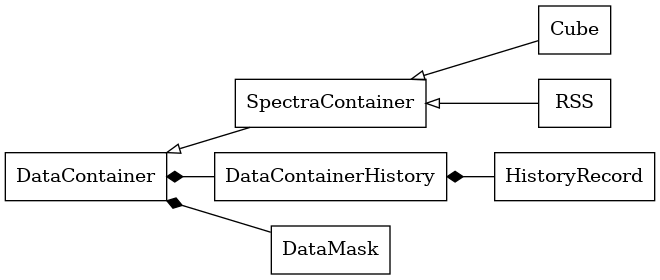
This is docs/graphviz/dc.png from pykoala/pykoala, a Graphviz export, as it was before one commit. Its source is kept beside it as docs/graphviz/dc.dot.
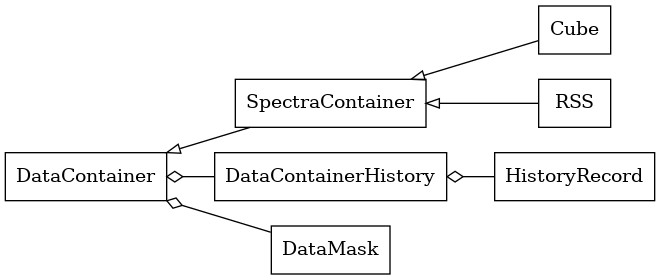
After the change.

The edit, as a diff of the source:
```diff
@@ -11,9 +11,9 @@
 "pykoala.data_container.Cube" -> "pykoala.data_container.SpectraContainer" [arrowhead="empty", arrowtail="none"];
 "pykoala.data_container.RSS" -> "pykoala.data_container.SpectraContainer" [arrowhead="empty", arrowtail="none"];
 "pykoala.data_container.SpectraContainer" -> "pykoala.data_container.DataContainer" [arrowhead="empty", arrowtail="none"];
-"pykoala.data_container.DataMask" -> "pykoala.data_container.DataContainer" [arrowhead="diamond", arrowtail="none"];
-"pykoala.data_container.DataContainerHistory" -> "pykoala.data_container.DataContainer" [arrowhead="diamond", arrowtail="none"];
-"pykoala.data_container.HistoryRecord" -> "pykoala.data_container.DataContainerHistory" [arrowhead="diamond", arrowtail="none"];
+"pykoala.data_container.DataMask" -> "pykoala.data_container.DataContainer" [arrowhead="odiamond", arrowtail="none"];
+"pykoala.data_container.DataContainerHistory" -> "pykoala.data_container.DataContainer" [arrowhead="odiamond", arrowtail="none"];
+"pykoala.data_container.HistoryRecord" -> "pykoala.data_container.DataContainerHistory" [arrowhead="odiamond", arrowtail="none"];
 
 
 }
```
